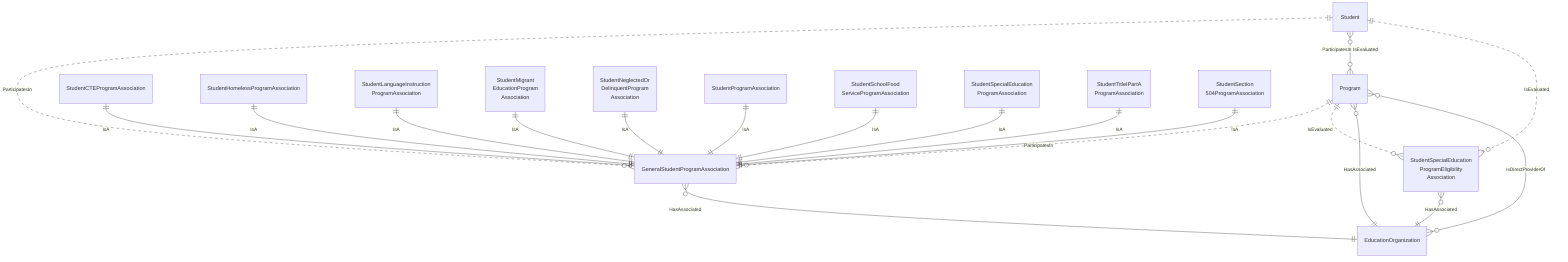
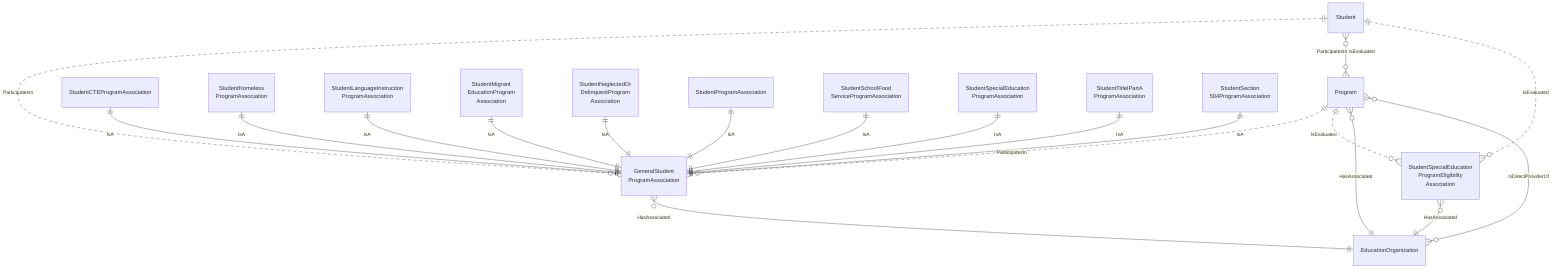
﻿erDiagram
    Program {
    }
    Student {
    }
    EducationOrganization {
    }
-     GeneralStudentProgramAssociation {
+     GeneralStudentProgramAssociation["GeneralStudent<br/>ProgramAssociation"] {
    }
    StudentCTEProgramAssociation {
    }
-     StudentHomelessProgramAssociation {
+     StudentHomelessProgramAssociation ["StudentHomeless<br/>ProgramAssociation"] {
    }
    StudentLanguageInstructionProgramAssociation["StudentLanguageInstruction<br/>ProgramAssociation"] {
    }
    StudentMigrantEducationProgramAssociation["StudentMigrant<br/>EducationProgram<br/>Association"] {
    }
    StudentNeglectedOrDelinquentProgramAssociation["StudentNeglectedOr<br/>DelinquentProgram<br/>Association"] {
    }
    StudentProgramAssociation {
    }
    StudentSchoolFoodServiceProgramAssociation["StudentSchoolFood<br/>ServiceProgramAssociation"] {
    }
    StudentSpecialEducationProgramAssociation["StudentSpecialEducation<br/>ProgramAssociation"] {
    }
    StudentTitleIPartAProgramAssociation["StudentTitleIPartA<br/>ProgramAssociation"] {
    }
    StudentSpecialEducationProgramEligibilityAssociation["StudentSpecialEducation<br/>ProgramEligibility<br/>Association"] {
    }
    StudentSection504ProgramAssociation["StudentSection<br/>504ProgramAssociation"] {
    }
    EducationOrganization ||--o{ Program : "HasAssociated"
    EducationOrganization }o--o{ Program : "IsDirectProviderOf"
    Student ||..o{ GeneralStudentProgramAssociation : "ParticipatesIn"
    Program ||..o{ GeneralStudentProgramAssociation : "ParticipatesIn"
    Student }o--o{ Program : "ParticipatesIn IsEvaluated"
    GeneralStudentProgramAssociation }o--|| EducationOrganization : "HasAssociated"
    Student ||..o{ StudentSpecialEducationProgramEligibilityAssociation : "IsEvaluated"
    Program ||..o{ StudentSpecialEducationProgramEligibilityAssociation : "IsEvaluated"
    StudentSpecialEducationProgramEligibilityAssociation }o--|| EducationOrganization : "HasAssociated"
    StudentCTEProgramAssociation ||--|| GeneralStudentProgramAssociation : "IsA"
    StudentHomelessProgramAssociation ||--|| GeneralStudentProgramAssociation : "IsA"
    StudentLanguageInstructionProgramAssociation ||--|| GeneralStudentProgramAssociation : "IsA"
    StudentMigrantEducationProgramAssociation ||--|| GeneralStudentProgramAssociation : "IsA"
    StudentNeglectedOrDelinquentProgramAssociation ||--|| GeneralStudentProgramAssociation : "IsA"
    StudentProgramAssociation ||--|| GeneralStudentProgramAssociation : "IsA"
    StudentSchoolFoodServiceProgramAssociation ||--|| GeneralStudentProgramAssociation : "IsA"
    StudentSpecialEducationProgramAssociation ||--|| GeneralStudentProgramAssociation : "IsA"
    StudentTitleIPartAProgramAssociation ||--|| GeneralStudentProgramAssociation : "IsA"
    StudentSection504ProgramAssociation ||--|| GeneralStudentProgramAssociation : "IsA"
